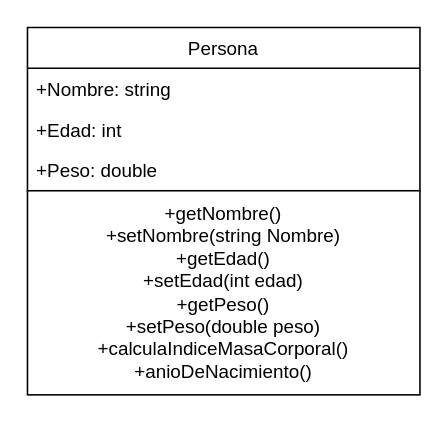
37Perke/RepositorioExamen keeps this draw.io diagram as DiagramaEj5.drawio. Above is the earlier version. Source tidied: cells renumbered, new cells numbered last; positions are measured from the earlier drawing's top-left corner, leaving out a move shared by most shapes. Both pictures are drawn from the tidied source at 157%, with x=0, y=0 at pixel (27, 27).
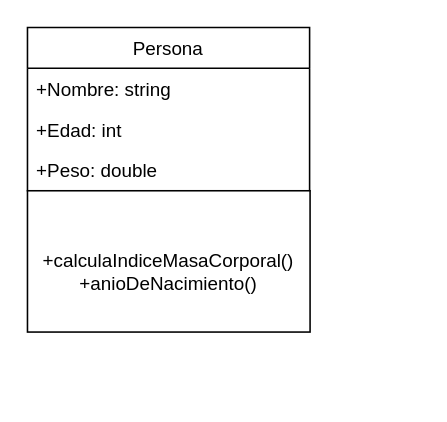
The same diagram, later.

Change to the diagram source:
```diff
@@
 <mxGraphModel>
   <root>
     <mxCell id="0" />
     <mxCell id="1" parent="0" />
     <mxCell id="2" value="Persona" style="swimlane;fontStyle=0;horizontal=1;startSize=26;" parent="1" vertex="1">
-      <mxGeometry width="250" height="104" as="geometry" />
+      <mxGeometry width="179.7" height="104" as="geometry" />
     </mxCell>
     <mxCell id="3" value="+Nombre: string" style="text;strokeColor=none;fillColor=none;align=left;verticalAlign=top;spacingLeft=4;spacingRight=4;overflow=hidden;" parent="2" vertex="1">
-      <mxGeometry y="26" width="250" height="26" as="geometry" />
+      <mxGeometry y="26" width="179.7" height="26" as="geometry" />
     </mxCell>
     <mxCell id="4" value="+Edad: int" style="text;strokeColor=none;fillColor=none;align=left;verticalAlign=top;spacingLeft=4;spacingRight=4;overflow=hidden;" parent="2" vertex="1">
-      <mxGeometry y="52" width="250" height="26" as="geometry" />
+      <mxGeometry y="52" width="179.7" height="26" as="geometry" />
     </mxCell>
     <mxCell id="5" value="+Peso: double&#10;" style="text;strokeColor=none;fillColor=none;align=left;verticalAlign=top;spacingLeft=4;spacingRight=4;overflow=hidden;" parent="2" vertex="1">
-      <mxGeometry y="78" width="250" height="26" as="geometry" />
+      <mxGeometry y="78" width="179.7" height="26" as="geometry" />
     </mxCell>
-    <mxCell id="6" value="+getNombre()&lt;br&gt;+setNombre(string Nombre)&lt;br&gt;+getEdad()&lt;br&gt;+setEdad(int edad)&lt;br&gt;+getPeso()&lt;br&gt;+setPeso(double peso)&lt;br&gt;+calculaIndiceMasaCorporal()&lt;br&gt;+anioDeNacimiento()&lt;br&gt;" style="rounded=0;whiteSpace=wrap;html=1;" parent="1" vertex="1">
-      <mxGeometry y="104" width="250" height="130" as="geometry" />
+    <mxCell id="6" value="&lt;br&gt;+calculaIndiceMasaCorporal()&lt;br&gt;+anioDeNacimiento()" style="rounded=0;whiteSpace=wrap;html=1;" parent="1" vertex="1">
+      <mxGeometry y="104" width="180" height="90" as="geometry" />
     </mxCell>
   </root>
 </mxGraphModel>
```
